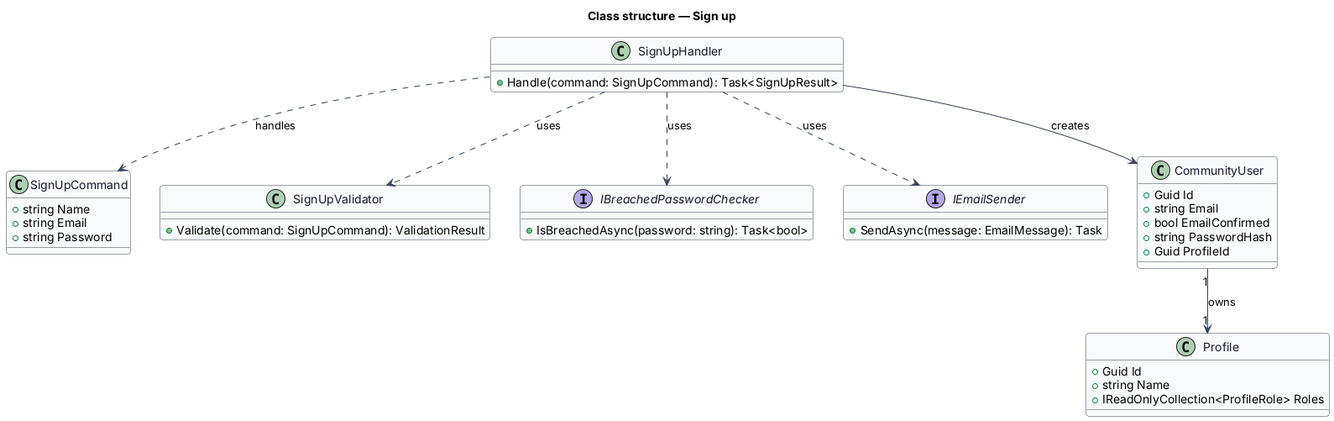
Before: docs/detailed-designs/identity/sign-up/diagrams/class-structure.png, a diagram exported from PlantUML (QuinntyneBrown/faithtech-community).
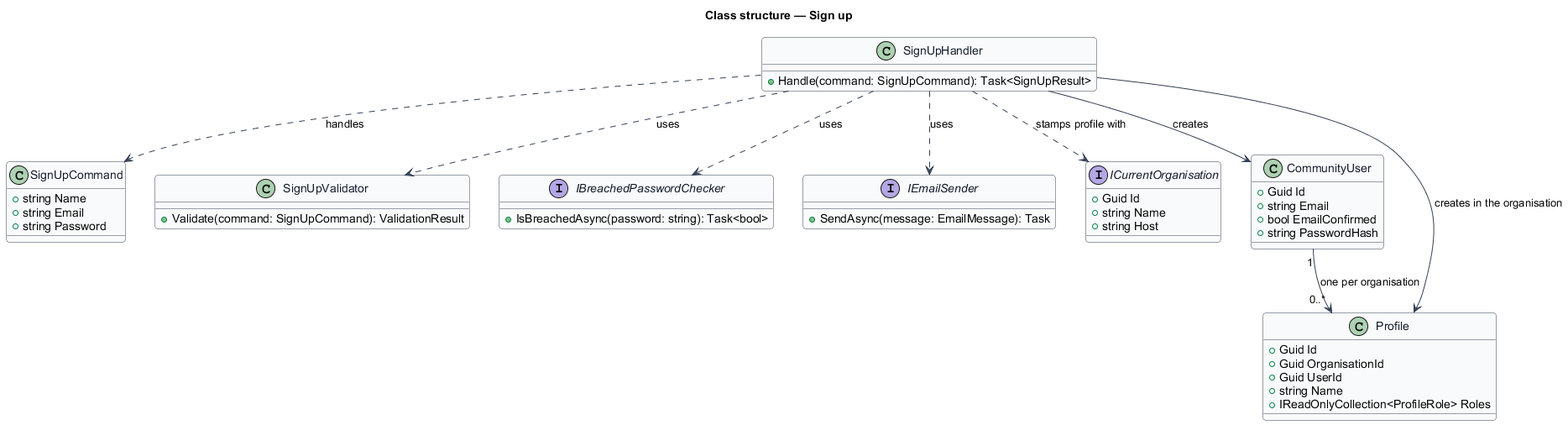
Above is the later version.

Change to the diagram source:
```diff
@@ -28,15 +28,21 @@
 interface IEmailSender {
   +SendAsync(message: EmailMessage): Task
 }
+interface ICurrentOrganisation {
+  +Guid Id
+  +string Name
+  +string Host
+}
 class CommunityUser {
   +Guid Id
   +string Email
   +bool EmailConfirmed
   +string PasswordHash
-  +Guid ProfileId
 }
 class Profile {
   +Guid Id
+  +Guid OrganisationId
+  +Guid UserId
   +string Name
   +IReadOnlyCollection<ProfileRole> Roles
 }
@@ -44,6 +50,8 @@
 SignUpHandler ..> SignUpValidator : uses
 SignUpHandler ..> IBreachedPasswordChecker : uses
 SignUpHandler ..> IEmailSender : uses
+SignUpHandler ..> ICurrentOrganisation : stamps profile with
 SignUpHandler --> CommunityUser : creates
-CommunityUser "1" --> "1" Profile : owns
+SignUpHandler --> Profile : creates in the organisation
+CommunityUser "1" --> "0..*" Profile : one per organisation
 @enduml
```
